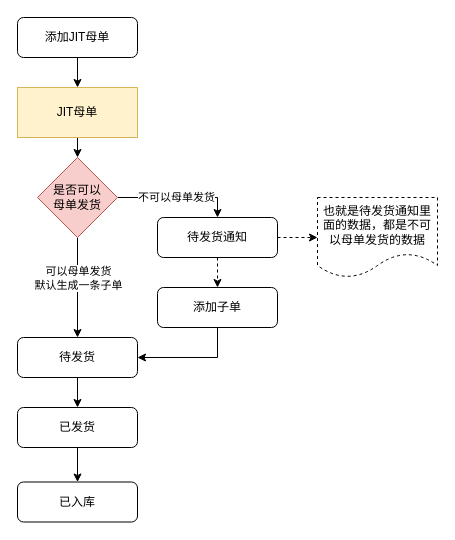
This is 添加订单业务.drawio from pbm0802/GitIDEATest, a draw.io file, before an edit. Source tidied: cells renumbered, new cells numbered last; positions are measured from the earlier drawing's top-left corner, leaving out a move shared by most shapes. Both pictures are drawn from the tidied source at 100%, with x=0, y=0 at pixel (17, 17).
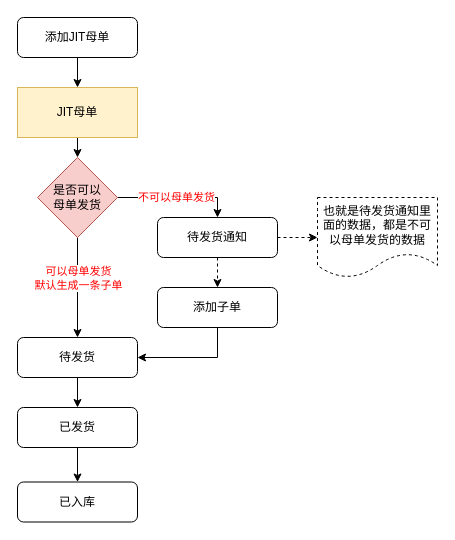
The same diagram, later.

Commit message (it also covers changes not shown here):
更新添加订单业务.drawio

Unchanged cells that the change refers to:
```xml
<mxCell id="6" style="edgeStyle=orthogonalEdgeStyle;rounded=0;jettySize=auto;html=1;exitX=0.5;exitY=1;exitDx=0;exitDy=0;entryX=0.5;entryY=0;entryDx=0;entryDy=0;" parent="1" edge="1" source="10" target="12">
  <mxGeometry relative="1" as="geometry">
    <Array as="points">
      <mxPoint x="60" y="260" />
      <mxPoint x="60" y="260" />
    </Array>
  </mxGeometry>
</mxCell>
<mxCell id="8" style="edgeStyle=orthogonalEdgeStyle;rounded=0;jettySize=auto;html=1;exitX=1;exitY=0.5;exitDx=0;exitDy=0;entryX=0.5;entryY=0;entryDx=0;entryDy=0;" parent="1" edge="1" source="10" target="15">
  <mxGeometry relative="1" as="geometry" />
</mxCell>
```

Change to the diagram source:
```diff
@@
-    <mxCell id="7" value="可以母单发货&lt;br&gt;默认生成一条子单" style="edgeLabel;html=1;align=center;verticalAlign=middle;" parent="6" vertex="1">
+    <mxCell id="7" value="可以母单发货&lt;br&gt;默认生成一条子单" style="edgeLabel;html=1;align=center;verticalAlign=middle;fontColor=#FF0000;" parent="6" vertex="1">
       <mxGeometry x="0.02" y="2" relative="1" as="geometry">
         <mxPoint x="-2" y="-11" as="offset" />
       </mxGeometry>
     </mxCell>
@@
-    <mxCell id="9" value="不可以母单发货" style="edgeLabel;html=1;align=center;verticalAlign=middle;" parent="8" vertex="1">
+    <mxCell id="9" value="不可以母单发货" style="edgeLabel;html=1;align=center;verticalAlign=middle;fontColor=#FF0000;" parent="8" vertex="1">
       <mxGeometry x="-0.04" y="1" relative="1" as="geometry" />
     </mxCell>
```
